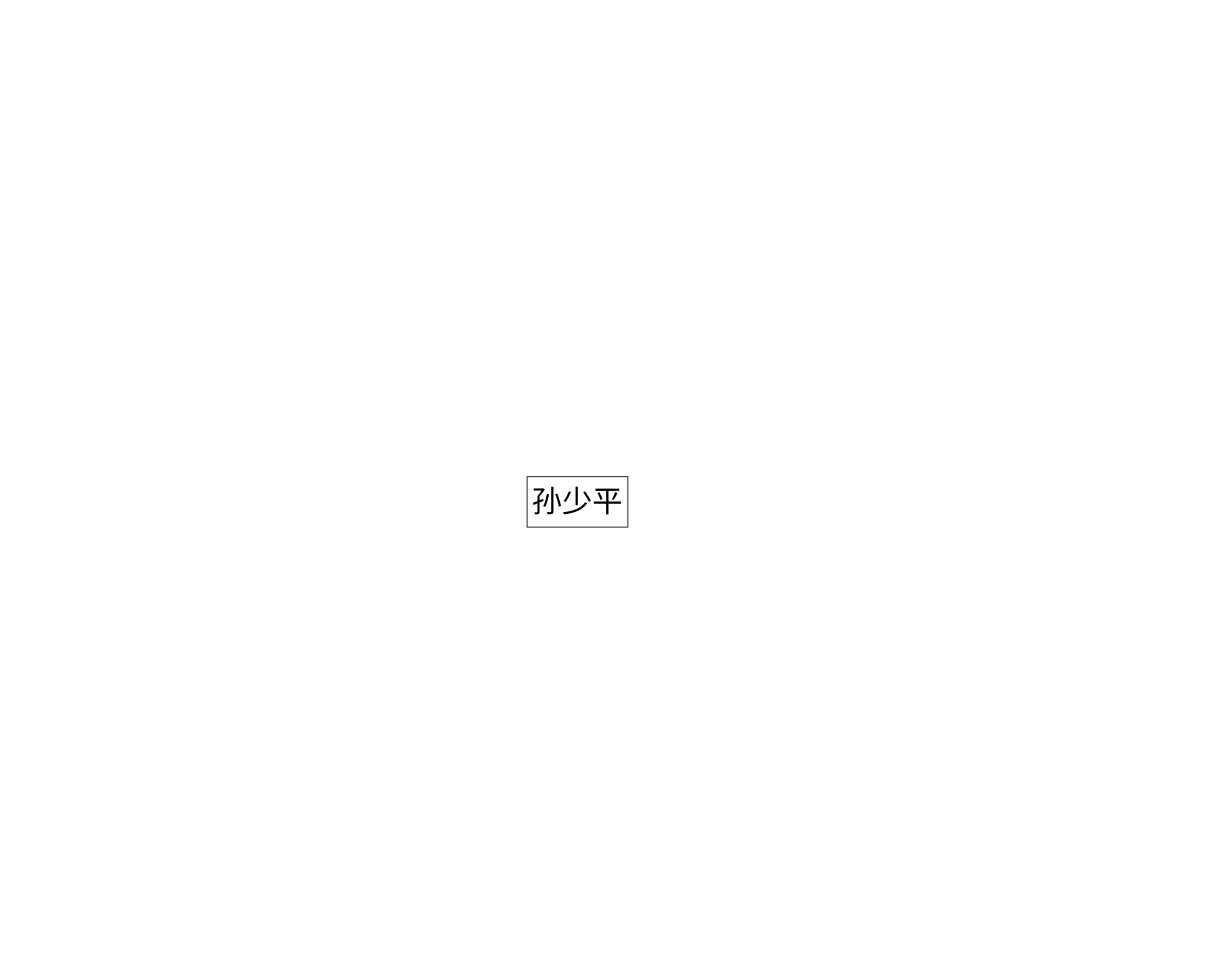
Earlier version of the draw.io diagram book/平凡的世界.drawio (akon0076/draw-io). Source tidied: cells renumbered, new cells numbered last; positions are measured from the earlier drawing's top-left corner, leaving out a move shared by most shapes. Both pictures are drawn from the tidied source at 84%, with x=0, y=0 at pixel (527, 476).
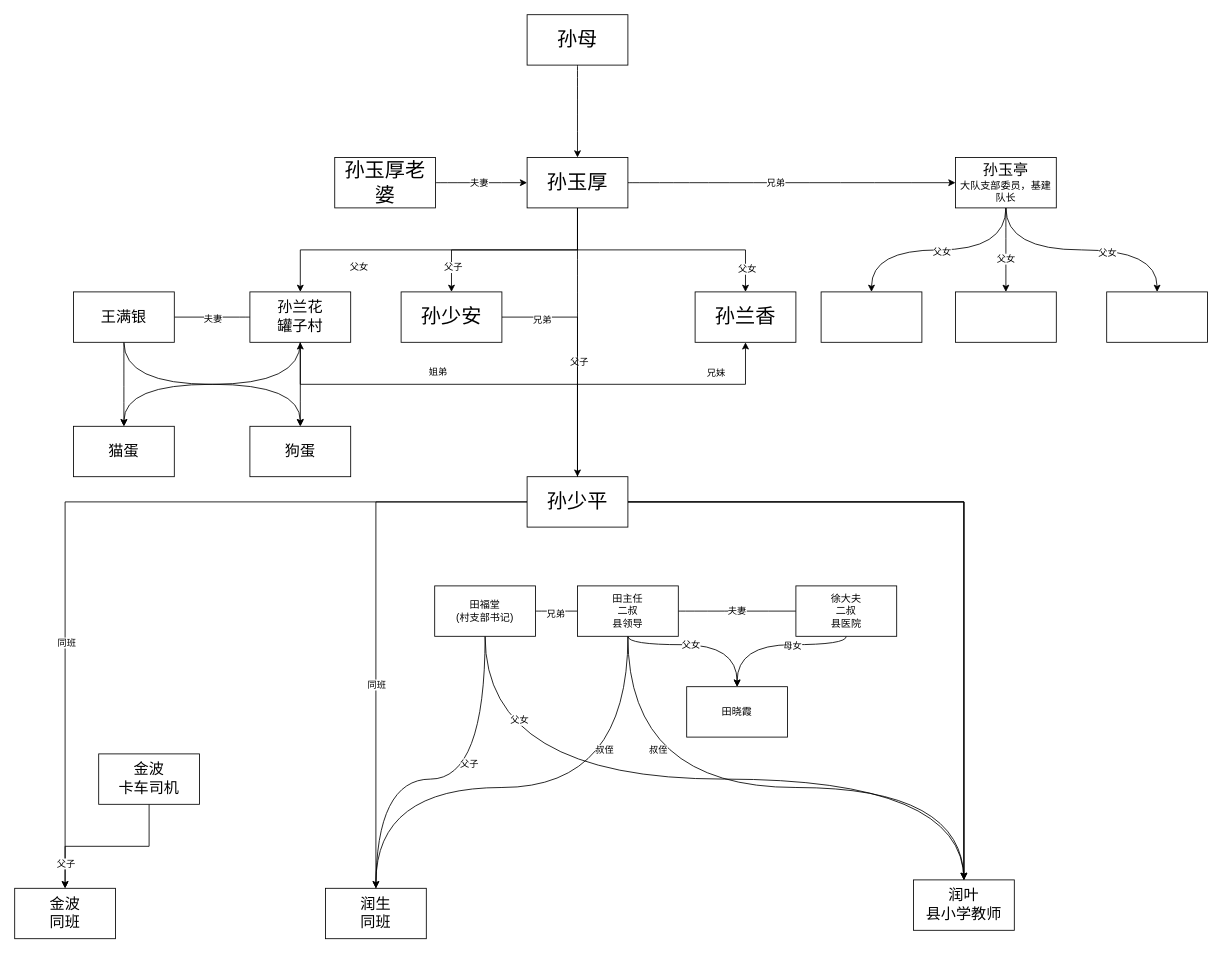
Above is the later version.

Commit message:
更新平凡的世界.drawio

The edit, as a diff of the source:
```diff
@@
+    <mxCell id="3" style="edgeStyle=orthogonalEdgeStyle;rounded=0;jettySize=auto;html=1;" parent="1" edge="1" source="2" target="14">
+      <mxGeometry relative="1" as="geometry" />
+    </mxCell>
+    <mxCell id="4" style="edgeStyle=orthogonalEdgeStyle;rounded=0;jettySize=auto;html=1;" parent="1" edge="1" source="2" target="14">
+      <mxGeometry relative="1" as="geometry" />
+    </mxCell>
+    <mxCell id="5" style="edgeStyle=orthogonalEdgeStyle;rounded=0;jettySize=auto;html=1;" parent="1" edge="1" source="2" target="14">
+      <mxGeometry relative="1" as="geometry" />
+    </mxCell>
+    <mxCell id="6" style="edgeStyle=orthogonalEdgeStyle;rounded=0;jettySize=auto;html=1;" parent="1" edge="1" source="2" target="15">
+      <mxGeometry relative="1" as="geometry" />
+    </mxCell>
+    <mxCell id="7" value="同班" style="edgeLabel;html=1;align=center;verticalAlign=middle;" parent="6" vertex="1">
+      <mxGeometry x="0.24" relative="1" as="geometry" />
+    </mxCell>
+    <mxCell id="8" style="edgeStyle=orthogonalEdgeStyle;rounded=0;jettySize=auto;html=1;entryX=0.5;entryY=0;entryDx=0;entryDy=0;" parent="1" edge="1" source="2" target="46">
+      <mxGeometry relative="1" as="geometry" />
+    </mxCell>
+    <mxCell id="9" value="同班" style="edgeLabel;html=1;align=center;verticalAlign=middle;" parent="8" vertex="1">
+      <mxGeometry x="0.42" y="1" relative="1" as="geometry" />
+    </mxCell>
+    <mxCell id="10" style="edgeStyle=orthogonalEdgeStyle;rounded=0;jettySize=auto;html=1;" parent="1" edge="1" source="2" target="58">
+      <mxGeometry relative="1" as="geometry">
+        <Array as="points">
+          <mxPoint x="60" y="-110" />
+          <mxPoint x="260" y="-110" />
+        </Array>
+      </mxGeometry>
+    </mxCell>
+    <mxCell id="11" value="兄妹" style="edgeLabel;html=1;align=center;verticalAlign=middle;" parent="10" vertex="1">
+      <mxGeometry x="0.52" y="14" relative="1" as="geometry" />
+    </mxCell>
+    <mxCell id="12" style="edgeStyle=orthogonalEdgeStyle;rounded=0;jettySize=auto;html=1;entryX=0.5;entryY=1;entryDx=0;entryDy=0;" parent="1" edge="1" source="2" target="54">
+      <mxGeometry relative="1" as="geometry">
+        <Array as="points">
+          <mxPoint x="60" y="-110" />
+          <mxPoint x="-270" y="-110" />
+        </Array>
+      </mxGeometry>
+    </mxCell>
+    <mxCell id="13" value="姐弟" style="edgeLabel;html=1;align=center;verticalAlign=middle;" parent="12" vertex="1">
+      <mxGeometry x="0.72" y="-16" relative="1" as="geometry">
+        <mxPoint x="144" as="offset" />
+      </mxGeometry>
+    </mxCell>
-    <mxCell id="2" value="&lt;font style=&quot;font-size: 36px;&quot;&gt;孙少平&lt;/font&gt;" style="rounded=0;whiteSpace=wrap;html=1;" parent="1" vertex="1">
+    <mxCell id="2" value="&lt;font style=&quot;font-size: 24px;&quot;&gt;孙少平&lt;/font&gt;" style="rounded=0;whiteSpace=wrap;html=1;" parent="1" vertex="1">
       <mxGeometry width="120" height="60" as="geometry" />
     </mxCell>
+    <mxCell id="14" value="&lt;font style=&quot;font-size: 18px;&quot;&gt;润叶&lt;br&gt;县小学教师&lt;br&gt;&lt;/font&gt;" style="whiteSpace=wrap;html=1;rounded=0;" parent="1" vertex="1">
+      <mxGeometry x="460" y="480" width="120" height="60" as="geometry" />
+    </mxCell>
+    <mxCell id="15" value="&lt;font style=&quot;font-size: 18px;&quot;&gt;润生&lt;br&gt;同班&lt;br&gt;&lt;/font&gt;" style="whiteSpace=wrap;html=1;rounded=0;" parent="1" vertex="1">
+      <mxGeometry x="-240" y="490" width="120" height="60" as="geometry" />
+    </mxCell>
+    <mxCell id="16" style="edgeStyle=orthogonalEdgeStyle;rounded=0;jettySize=auto;html=1;endArrow=none;endFill=0;curved=1;" parent="1" edge="1" source="22" target="15">
+      <mxGeometry relative="1" as="geometry">
+        <Array as="points">
+          <mxPoint x="-50" y="360" />
+        </Array>
+      </mxGeometry>
+    </mxCell>
+    <mxCell id="17" value="父子" style="edgeLabel;html=1;align=center;verticalAlign=middle;" parent="16" vertex="1">
+      <mxGeometry x="-0.3" y="-20" relative="1" as="geometry" />
+    </mxCell>
+    <mxCell id="18" style="edgeStyle=orthogonalEdgeStyle;rounded=0;jettySize=auto;html=1;entryX=0.5;entryY=0;entryDx=0;entryDy=0;endArrow=none;endFill=0;curved=1;" parent="1" edge="1" source="22" target="14">
+      <mxGeometry relative="1" as="geometry">
+        <Array as="points">
+          <mxPoint x="-50" y="360" />
+          <mxPoint x="520" y="360" />
+        </Array>
+      </mxGeometry>
+    </mxCell>
+    <mxCell id="19" value="父女" style="edgeLabel;html=1;align=center;verticalAlign=middle;" parent="18" vertex="1">
+      <mxGeometry x="-0.77" y="40" relative="1" as="geometry" />
+    </mxCell>
+    <mxCell id="20" style="edgeStyle=orthogonalEdgeStyle;curved=1;rounded=0;jettySize=auto;html=1;endArrow=none;endFill=0;" parent="1" edge="1" source="22" target="30">
+      <mxGeometry relative="1" as="geometry" />
+    </mxCell>
+    <mxCell id="21" value="兄弟" style="edgeLabel;html=1;align=center;verticalAlign=middle;" parent="20" vertex="1">
+      <mxGeometry x="-0.08" y="-2" relative="1" as="geometry" />
+    </mxCell>
+    <mxCell id="22" value="田福堂&lt;br&gt;(村支部书记)" style="whiteSpace=wrap;html=1;rounded=0;" parent="1" vertex="1">
+      <mxGeometry x="-110" y="130" width="120" height="60" as="geometry" />
+    </mxCell>
+    <mxCell id="23" style="edgeStyle=orthogonalEdgeStyle;rounded=0;jettySize=auto;html=1;endArrow=none;endFill=0;curved=1;" parent="1" edge="1" source="30" target="14">
+      <mxGeometry relative="1" as="geometry">
+        <Array as="points">
+          <mxPoint x="120" y="370" />
+          <mxPoint x="520" y="370" />
+        </Array>
+      </mxGeometry>
+    </mxCell>
+    <mxCell id="24" value="叔侄" style="edgeLabel;html=1;align=center;verticalAlign=middle;" parent="23" vertex="1">
+      <mxGeometry x="-0.61" y="35" relative="1" as="geometry" />
+    </mxCell>
+    <mxCell id="25" value="夫妻" style="edgeStyle=orthogonalEdgeStyle;curved=1;rounded=0;jettySize=auto;html=1;endArrow=none;endFill=0;" parent="1" edge="1" source="30" target="33">
+      <mxGeometry relative="1" as="geometry" />
+    </mxCell>
+    <mxCell id="26" style="edgeStyle=orthogonalEdgeStyle;curved=1;rounded=0;jettySize=auto;html=1;" parent="1" edge="1" source="30" target="34">
+      <mxGeometry relative="1" as="geometry">
+        <Array as="points">
+          <mxPoint x="120" y="200" />
+          <mxPoint x="250" y="200" />
+        </Array>
+      </mxGeometry>
+    </mxCell>
+    <mxCell id="27" value="父女" style="edgeLabel;html=1;align=center;verticalAlign=middle;" parent="26" vertex="1">
+      <mxGeometry x="-0.12" relative="1" as="geometry" />
+    </mxCell>
+    <mxCell id="28" style="edgeStyle=orthogonalEdgeStyle;curved=1;rounded=0;jettySize=auto;html=1;entryX=0.5;entryY=0;entryDx=0;entryDy=0;" parent="1" edge="1" source="30" target="15">
+      <mxGeometry relative="1" as="geometry">
+        <Array as="points">
+          <mxPoint x="120" y="370" />
+          <mxPoint x="-180" y="370" />
+        </Array>
+      </mxGeometry>
+    </mxCell>
+    <mxCell id="29" value="叔侄" style="edgeLabel;html=1;align=center;verticalAlign=middle;" parent="28" vertex="1">
+      <mxGeometry x="-0.55" y="-29" relative="1" as="geometry" />
+    </mxCell>
+    <mxCell id="30" value="田主任&lt;br&gt;二叔&lt;br&gt;县领导" style="whiteSpace=wrap;html=1;rounded=0;" parent="1" vertex="1">
+      <mxGeometry x="60" y="130" width="120" height="60" as="geometry" />
+    </mxCell>
+    <mxCell id="31" style="edgeStyle=orthogonalEdgeStyle;curved=1;rounded=0;jettySize=auto;html=1;" parent="1" edge="1" source="33" target="34">
+      <mxGeometry relative="1" as="geometry">
+        <Array as="points">
+          <mxPoint x="380" y="200" />
+          <mxPoint x="250" y="200" />
+        </Array>
+      </mxGeometry>
+    </mxCell>
+    <mxCell id="32" value="母女" style="edgeLabel;html=1;align=center;verticalAlign=middle;" parent="31" vertex="1">
+      <mxGeometry x="-0.21" y="1" relative="1" as="geometry" />
+    </mxCell>
+    <mxCell id="33" value="徐大夫&lt;br&gt;二叔&lt;br&gt;县医院" style="whiteSpace=wrap;html=1;rounded=0;" parent="1" vertex="1">
+      <mxGeometry x="320" y="130" width="120" height="60" as="geometry" />
+    </mxCell>
+    <mxCell id="34" value="&lt;font style=&quot;&quot;&gt;田晓霞&lt;br&gt;&lt;/font&gt;" style="whiteSpace=wrap;html=1;rounded=0;" parent="1" vertex="1">
+      <mxGeometry x="190" y="250" width="120" height="60" as="geometry" />
+    </mxCell>
+    <mxCell id="35" style="edgeStyle=orthogonalEdgeStyle;curved=1;rounded=0;jettySize=auto;html=1;endArrow=none;endFill=0;entryX=0.5;entryY=0;entryDx=0;entryDy=0;" parent="1" edge="1" source="45" target="2">
+      <mxGeometry relative="1" as="geometry" />
+    </mxCell>
+    <mxCell id="36" value="父子" style="edgeLabel;html=1;align=center;verticalAlign=middle;" parent="35" vertex="1">
+      <mxGeometry x="0.14" y="1" relative="1" as="geometry" />
+    </mxCell>
+    <mxCell id="37" style="edgeStyle=orthogonalEdgeStyle;rounded=0;jettySize=auto;html=1;entryX=0.5;entryY=0;entryDx=0;entryDy=0;exitX=0.5;exitY=1;exitDx=0;exitDy=0;" parent="1" edge="1" source="45" target="54">
+      <mxGeometry relative="1" as="geometry" />
+    </mxCell>
+    <mxCell id="38" value="父女" style="edgeLabel;html=1;align=center;verticalAlign=middle;" parent="37" vertex="1">
+      <mxGeometry x="0.02" y="-1" relative="1" as="geometry">
+        <mxPoint x="-92" y="21" as="offset" />
+      </mxGeometry>
+    </mxCell>
+    <mxCell id="39" style="edgeStyle=orthogonalEdgeStyle;rounded=0;jettySize=auto;html=1;exitX=0.5;exitY=1;exitDx=0;exitDy=0;" parent="1" edge="1" source="45" target="58">
+      <mxGeometry relative="1" as="geometry" />
+    </mxCell>
+    <mxCell id="40" value="父女" style="edgeLabel;html=1;align=center;verticalAlign=middle;" parent="39" vertex="1">
+      <mxGeometry x="0.81" y="1" relative="1" as="geometry" />
+    </mxCell>
+    <mxCell id="41" style="edgeStyle=orthogonalEdgeStyle;curved=1;rounded=0;jettySize=auto;html=1;" parent="1" edge="1" source="45" target="65">
+      <mxGeometry relative="1" as="geometry" />
+    </mxCell>
+    <mxCell id="42" value="兄弟" style="edgeLabel;html=1;align=center;verticalAlign=middle;" parent="41" vertex="1">
+      <mxGeometry x="-0.1" y="1" relative="1" as="geometry">
+        <mxPoint x="-1" as="offset" />
+      </mxGeometry>
+    </mxCell>
+    <mxCell id="43" style="edgeStyle=orthogonalEdgeStyle;rounded=0;jettySize=auto;html=1;exitX=0.5;exitY=1;exitDx=0;exitDy=0;" parent="1" edge="1" source="45" target="68">
+      <mxGeometry relative="1" as="geometry" />
+    </mxCell>
+    <mxCell id="44" value="父子" style="edgeLabel;html=1;align=center;verticalAlign=middle;" parent="43" vertex="1">
+      <mxGeometry x="0.04" y="14" relative="1" as="geometry">
+        <mxPoint x="-69" y="6" as="offset" />
+      </mxGeometry>
+    </mxCell>
+    <mxCell id="45" value="&lt;font style=&quot;font-size: 24px;&quot;&gt;孙玉厚&lt;/font&gt;" style="rounded=0;whiteSpace=wrap;html=1;" parent="1" vertex="1">
+      <mxGeometry y="-380" width="120" height="60" as="geometry" />
+    </mxCell>
+    <mxCell id="46" value="&lt;font style=&quot;&quot;&gt;&lt;font style=&quot;font-size: 18px;&quot;&gt;金波&lt;/font&gt;&lt;br&gt;&lt;span style=&quot;font-size: 18px;&quot;&gt;同班&lt;/span&gt;&lt;br&gt;&lt;/font&gt;" style="whiteSpace=wrap;html=1;rounded=0;" parent="1" vertex="1">
+      <mxGeometry x="-610" y="490" width="120" height="60" as="geometry" />
+    </mxCell>
+    <mxCell id="47" style="edgeStyle=orthogonalEdgeStyle;rounded=0;jettySize=auto;html=1;" parent="1" edge="1" source="49" target="46">
+      <mxGeometry relative="1" as="geometry" />
+    </mxCell>
+    <mxCell id="48" value="父子" style="edgeLabel;html=1;align=center;verticalAlign=middle;" parent="47" vertex="1">
+      <mxGeometry x="0.02" y="-1" relative="1" as="geometry">
+        <mxPoint x="-48" y="21" as="offset" />
+      </mxGeometry>
+    </mxCell>
+    <mxCell id="49" value="&lt;font style=&quot;&quot;&gt;&lt;font style=&quot;font-size: 18px;&quot;&gt;金波&lt;/font&gt;&lt;br&gt;&lt;span style=&quot;font-size: 18px;&quot;&gt;卡车司机&lt;/span&gt;&lt;br&gt;&lt;/font&gt;" style="whiteSpace=wrap;html=1;rounded=0;" parent="1" vertex="1">
+      <mxGeometry x="-510" y="330" width="120" height="60" as="geometry" />
+    </mxCell>
+    <mxCell id="50" style="edgeStyle=orthogonalEdgeStyle;curved=1;rounded=0;jettySize=auto;html=1;entryX=1;entryY=0.5;entryDx=0;entryDy=0;endArrow=none;endFill=0;" parent="1" edge="1" source="54" target="57">
+      <mxGeometry relative="1" as="geometry" />
+    </mxCell>
+    <mxCell id="51" value="夫妻" style="edgeLabel;html=1;align=center;verticalAlign=middle;" parent="50" vertex="1">
+      <mxGeometry y="1" relative="1" as="geometry" />
+    </mxCell>
+    <mxCell id="52" style="edgeStyle=orthogonalEdgeStyle;rounded=0;jettySize=auto;html=1;entryX=0.5;entryY=0;entryDx=0;entryDy=0;curved=1;exitX=0.5;exitY=1;exitDx=0;exitDy=0;" parent="1" edge="1" source="54" target="69">
+      <mxGeometry relative="1" as="geometry" />
+    </mxCell>
+    <mxCell id="53" style="edgeStyle=orthogonalEdgeStyle;rounded=0;jettySize=auto;html=1;" parent="1" edge="1" source="54" target="70">
+      <mxGeometry relative="1" as="geometry">
+        <Array as="points">
+          <mxPoint x="-270" y="-90" />
+          <mxPoint x="-270" y="-90" />
+        </Array>
+      </mxGeometry>
+    </mxCell>
+    <mxCell id="54" value="&lt;font style=&quot;font-size: 18px;&quot;&gt;孙兰花&lt;br&gt;罐子村&lt;br&gt;&lt;/font&gt;" style="rounded=0;whiteSpace=wrap;html=1;" parent="1" vertex="1">
+      <mxGeometry x="-330" y="-220" width="120" height="60" as="geometry" />
+    </mxCell>
+    <mxCell id="55" style="edgeStyle=orthogonalEdgeStyle;curved=1;rounded=0;jettySize=auto;html=1;" parent="1" edge="1" source="57" target="69">
+      <mxGeometry relative="1" as="geometry" />
+    </mxCell>
+    <mxCell id="56" style="edgeStyle=orthogonalEdgeStyle;rounded=0;jettySize=auto;html=1;curved=1;exitX=0.5;exitY=1;exitDx=0;exitDy=0;" parent="1" edge="1" source="57" target="70">
+      <mxGeometry relative="1" as="geometry" />
+    </mxCell>
+    <mxCell id="57" value="&lt;font style=&quot;&quot;&gt;&lt;span style=&quot;font-size: 18px;&quot;&gt;王满银&lt;/span&gt;&lt;br&gt;&lt;/font&gt;" style="whiteSpace=wrap;html=1;rounded=0;" parent="1" vertex="1">
+      <mxGeometry x="-540" y="-220" width="120" height="60" as="geometry" />
+    </mxCell>
+    <mxCell id="58" value="&lt;font style=&quot;&quot;&gt;&lt;font style=&quot;font-size: 24px;&quot;&gt;孙兰香&lt;/font&gt;&lt;br&gt;&lt;/font&gt;" style="whiteSpace=wrap;html=1;rounded=0;" parent="1" vertex="1">
+      <mxGeometry x="200" y="-220" width="120" height="60" as="geometry" />
+    </mxCell>
+    <mxCell id="59" style="edgeStyle=orthogonalEdgeStyle;curved=1;rounded=0;jettySize=auto;html=1;" parent="1" edge="1" source="65" target="73">
+      <mxGeometry relative="1" as="geometry">
+        <Array as="points">
+          <mxPoint x="570" y="-270" />
+          <mxPoint x="410" y="-270" />
+        </Array>
+      </mxGeometry>
+    </mxCell>
+    <mxCell id="60" value="父女" style="edgeLabel;html=1;align=center;verticalAlign=middle;" parent="59" vertex="1">
+      <mxGeometry x="-0.03" y="1" relative="1" as="geometry">
+        <mxPoint x="-1" as="offset" />
+      </mxGeometry>
+    </mxCell>
+    <mxCell id="61" style="edgeStyle=orthogonalEdgeStyle;curved=1;rounded=0;jettySize=auto;html=1;" parent="1" edge="1" source="65" target="75">
+      <mxGeometry relative="1" as="geometry" />
+    </mxCell>
+    <mxCell id="62" value="父女" style="edgeLabel;html=1;align=center;verticalAlign=middle;" parent="61" vertex="1">
+      <mxGeometry x="0.19" y="-1" relative="1" as="geometry" />
+    </mxCell>
+    <mxCell id="63" style="edgeStyle=orthogonalEdgeStyle;curved=1;rounded=0;jettySize=auto;html=1;entryX=0.5;entryY=0;entryDx=0;entryDy=0;" parent="1" edge="1" source="65" target="74">
+      <mxGeometry relative="1" as="geometry">
+        <Array as="points">
+          <mxPoint x="570" y="-270" />
+          <mxPoint x="750" y="-270" />
+        </Array>
+      </mxGeometry>
+    </mxCell>
+    <mxCell id="64" value="父女" style="edgeLabel;html=1;align=center;verticalAlign=middle;" parent="63" vertex="1">
+      <mxGeometry x="0.21" y="-3" relative="1" as="geometry">
+        <mxPoint x="1" as="offset" />
+      </mxGeometry>
+    </mxCell>
+    <mxCell id="65" value="&lt;font style=&quot;font-size: 18px;&quot;&gt;孙玉亭&lt;/font&gt;&lt;br&gt;大队支部委员，基建队长" style="rounded=0;whiteSpace=wrap;html=1;" parent="1" vertex="1">
+      <mxGeometry x="510" y="-380" width="120" height="60" as="geometry" />
+    </mxCell>
+    <mxCell id="66" style="edgeStyle=orthogonalEdgeStyle;rounded=0;jettySize=auto;html=1;entryX=0.5;entryY=0;entryDx=0;entryDy=0;" parent="1" edge="1" source="68" target="2">
+      <mxGeometry relative="1" as="geometry" />
+    </mxCell>
+    <mxCell id="67" value="兄弟" style="edgeLabel;html=1;align=center;verticalAlign=middle;" parent="66" vertex="1">
+      <mxGeometry x="-0.66" y="-3" relative="1" as="geometry">
+        <mxPoint x="-1" as="offset" />
+      </mxGeometry>
+    </mxCell>
+    <mxCell id="68" value="&lt;font style=&quot;font-size: 24px;&quot;&gt;孙少安&lt;/font&gt;" style="rounded=0;whiteSpace=wrap;html=1;" parent="1" vertex="1">
+      <mxGeometry x="-150" y="-220" width="120" height="60" as="geometry" />
+    </mxCell>
+    <mxCell id="69" value="&lt;font style=&quot;&quot;&gt;&lt;span style=&quot;font-size: 18px;&quot;&gt;猫蛋&lt;/span&gt;&lt;br&gt;&lt;/font&gt;" style="whiteSpace=wrap;html=1;rounded=0;" parent="1" vertex="1">
+      <mxGeometry x="-540" y="-60" width="120" height="60" as="geometry" />
+    </mxCell>
+    <mxCell id="70" value="&lt;font style=&quot;&quot;&gt;&lt;span style=&quot;font-size: 18px;&quot;&gt;狗蛋&lt;/span&gt;&lt;br&gt;&lt;/font&gt;" style="whiteSpace=wrap;html=1;rounded=0;" parent="1" vertex="1">
+      <mxGeometry x="-330" y="-60" width="120" height="60" as="geometry" />
+    </mxCell>
+    <mxCell id="71" style="edgeStyle=orthogonalEdgeStyle;curved=1;rounded=0;jettySize=auto;html=1;entryX=0.5;entryY=0;entryDx=0;entryDy=0;" parent="1" edge="1" source="72" target="45">
+      <mxGeometry relative="1" as="geometry" />
+    </mxCell>
+    <mxCell id="72" value="&lt;font style=&quot;font-size: 24px;&quot;&gt;孙母&lt;/font&gt;" style="rounded=0;whiteSpace=wrap;html=1;" parent="1" vertex="1">
+      <mxGeometry y="-550" width="120" height="60" as="geometry" />
+    </mxCell>
+    <mxCell id="73" style="whiteSpace=wrap;html=1;rounded=0;" parent="1" vertex="1">
+      <mxGeometry x="350" y="-220" width="120" height="60" as="geometry" />
+    </mxCell>
+    <mxCell id="74" style="whiteSpace=wrap;html=1;rounded=0;" parent="1" vertex="1">
+      <mxGeometry x="690" y="-220" width="120" height="60" as="geometry" />
+    </mxCell>
+    <mxCell id="75" style="whiteSpace=wrap;html=1;rounded=0;" parent="1" vertex="1">
+      <mxGeometry x="510" y="-220" width="120" height="60" as="geometry" />
+    </mxCell>
+    <mxCell id="76" style="edgeStyle=orthogonalEdgeStyle;curved=1;rounded=0;jettySize=auto;html=1;entryX=0;entryY=0.5;entryDx=0;entryDy=0;" parent="1" edge="1" source="78" target="45">
+      <mxGeometry relative="1" as="geometry" />
+    </mxCell>
+    <mxCell id="77" value="夫妻" style="edgeLabel;html=1;align=center;verticalAlign=middle;" parent="76" vertex="1">
+      <mxGeometry x="-0.06" y="2" relative="1" as="geometry">
+        <mxPoint y="2" as="offset" />
+      </mxGeometry>
+    </mxCell>
+    <mxCell id="78" value="&lt;font style=&quot;font-size: 24px;&quot;&gt;孙玉厚老婆&lt;/font&gt;" style="rounded=0;whiteSpace=wrap;html=1;" parent="1" vertex="1">
+      <mxGeometry x="-229" y="-380" width="120" height="60" as="geometry" />
+    </mxCell>
```
